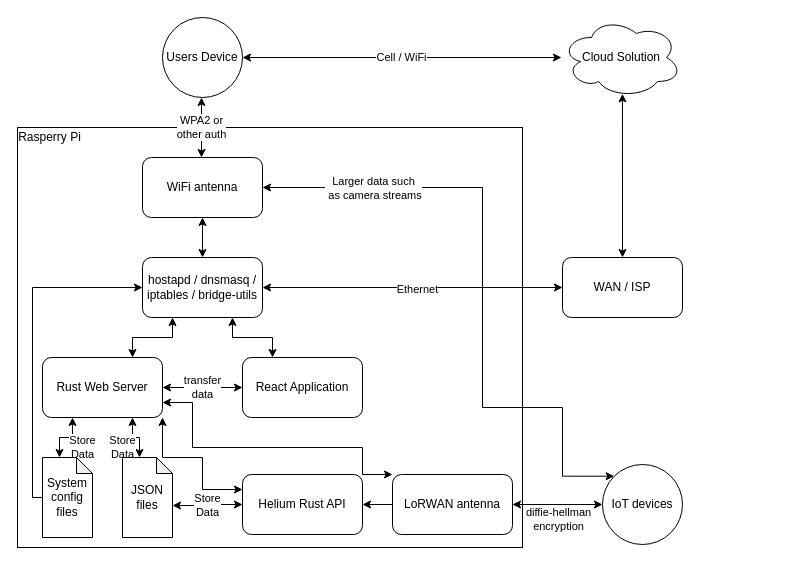
Innovation-Helium-2/Helium-2-Docs keeps this draw.io diagram as H2IoT.drawio. Above is the earlier version. Source tidied: cells renumbered, new cells numbered last; positions are measured from the earlier drawing's top-left corner, leaving out a move shared by most shapes. Both pictures are drawn from the tidied source at 100%, with x=0, y=0 at pixel (17, 17).
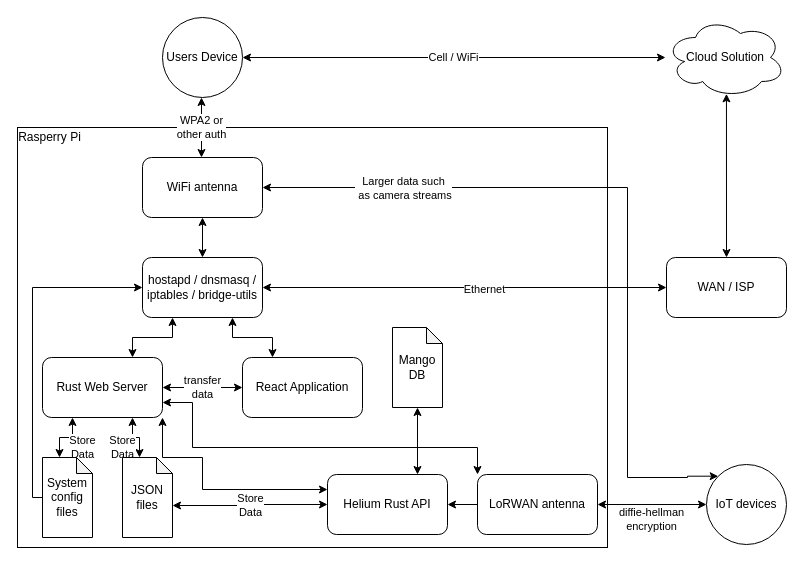
The same page after the edit.

Commit message (it also covers changes not shown here):
updated diagram(added mongo db)

The change refers to these unchanged cells:
```xml
<mxCell id="7" value="Rust Web Server" style="rounded=1;whiteSpace=wrap;html=1;" parent="1" vertex="1">
  <mxGeometry x="25" y="340" width="120" height="60" as="geometry" />
</mxCell>
<mxCell id="19" value="WiFi antenna" style="rounded=1;whiteSpace=wrap;html=1;" parent="1" vertex="1">
  <mxGeometry x="125" y="140" width="120" height="60" as="geometry" />
</mxCell>
```

Change to the diagram source:
```diff
@@
     <mxCell id="2" style="rounded=0;whiteSpace=wrap;html=1;" parent="1" vertex="1">
-      <mxGeometry y="110" width="505" height="420" as="geometry" />
+      <mxGeometry y="110" width="590" height="420" as="geometry" />
     </mxCell>
@@
     <mxCell id="21" value="WAN / ISP" style="rounded=1;whiteSpace=wrap;html=1;" parent="1" vertex="1">
-      <mxGeometry x="545" y="240" width="120" height="60" as="geometry" />
+      <mxGeometry x="649" y="240" width="120" height="60" as="geometry" />
     </mxCell>
@@
     <mxCell id="26" value="Helium Rust API" style="rounded=1;whiteSpace=wrap;html=1;" parent="1" vertex="1">
-      <mxGeometry x="225" y="457" width="120" height="60" as="geometry" />
+      <mxGeometry x="310" y="457" width="120" height="60" as="geometry" />
     </mxCell>
     <mxCell id="27" style="edgeStyle=orthogonalEdgeStyle;rounded=0;jettySize=auto;html=1;exitX=0;exitY=0;exitDx=0;exitDy=0;entryX=1;entryY=0.75;entryDx=0;entryDy=0;startArrow=classic;startFill=1;endArrow=classic;endFill=1;" parent="1" edge="1" source="28" target="7">
       <mxGeometry relative="1" as="geometry">
         <Array as="points">
-          <mxPoint x="345" y="457" />
-          <mxPoint x="345" y="430" />
+          <mxPoint x="460" y="430" />
           <mxPoint x="175" y="430" />
           <mxPoint x="175" y="385" />
         </Array>
       </mxGeometry>
     </mxCell>
     <mxCell id="28" value="LoRWAN antenna" style="rounded=1;whiteSpace=wrap;html=1;" parent="1" vertex="1">
-      <mxGeometry x="375" y="457" width="120" height="60" as="geometry" />
+      <mxGeometry x="460" y="457" width="120" height="60" as="geometry" />
     </mxCell>
@@
     <mxCell id="30" value="Cloud Solution" style="ellipse;shape=cloud;whiteSpace=wrap;html=1;" parent="1" vertex="1">
-      <mxGeometry x="544" width="120" height="80" as="geometry" />
+      <mxGeometry x="648" width="120" height="80" as="geometry" />
     </mxCell>
@@
-    <mxCell id="34" style="edgeStyle=orthogonalEdgeStyle;rounded=0;jettySize=auto;html=1;exitX=0;exitY=0;exitDx=0;exitDy=0;entryX=1;entryY=0.5;entryDx=0;entryDy=0;startArrow=classic;startFill=1;endArrow=classic;endFill=1;" parent="1" edge="1" source="36" target="19">
+    <mxCell id="34" style="edgeStyle=orthogonalEdgeStyle;rounded=0;orthogonalLoop=1;jettySize=auto;html=1;exitX=0;exitY=0;exitDx=0;exitDy=0;entryX=1;entryY=0.5;entryDx=0;entryDy=0;startArrow=classic;startFill=1;endArrow=classic;endFill=1;" parent="1" edge="1">
       <mxGeometry relative="1" as="geometry">
+        <mxPoint x="700.7" y="458.7" as="sourcePoint" />
+        <mxPoint x="245" y="170" as="targetPoint" />
         <Array as="points">
-          <mxPoint x="545" y="459" />
-          <mxPoint x="545" y="390" />
-          <mxPoint x="465" y="390" />
-          <mxPoint x="465" y="170" />
+          <mxPoint x="670" y="459" />
+          <mxPoint x="670" y="460" />
+          <mxPoint x="610" y="460" />
+          <mxPoint x="610" y="170" />
         </Array>
       </mxGeometry>
     </mxCell>
@@
     <mxCell id="36" value="IoT devices" style="ellipse;whiteSpace=wrap;html=1;" parent="1" vertex="1">
-      <mxGeometry x="585" y="447" width="80" height="80" as="geometry" />
+      <mxGeometry x="689" y="447" width="80" height="80" as="geometry" />
     </mxCell>
+    <mxCell id="37" style="edgeStyle=orthogonalEdgeStyle;rounded=0;jettySize=auto;html=1;exitX=0.5;exitY=1;exitDx=0;exitDy=0;exitPerimeter=0;entryX=0.75;entryY=0;entryDx=0;entryDy=0;startArrow=classic;startFill=1;" parent="1" edge="1" source="38" target="26">
+      <mxGeometry relative="1" as="geometry" />
+    </mxCell>
+    <mxCell id="38" value="&lt;div&gt;Mango&lt;/div&gt;&lt;div&gt;DB&lt;/div&gt;" style="shape=note;whiteSpace=wrap;html=1;backgroundOutline=1;darkOpacity=0.05;size=16;" parent="1" vertex="1">
+      <mxGeometry x="375" y="310" width="50" height="80" as="geometry" />
+    </mxCell>
```
